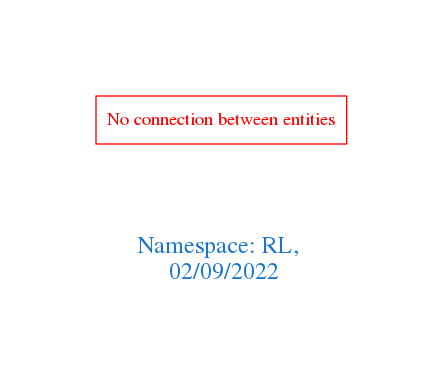
Before: downloads/RL.png, a diagram exported from Graphviz (arago/OGIT). Its source is kept beside it as downloads/RL.dot.
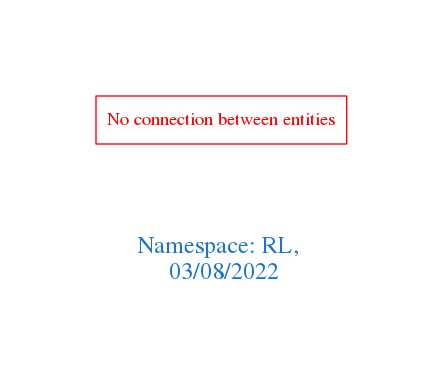
After the change.

The edit, as a diff of the source:
```diff
@@ -1,7 +1,7 @@
 digraph OGIT_ontology {
  graph [ rankdir= LR,pad=1
 fontsize = 18,
-fontcolor= dodgerblue3,label = "\n\n\nNamespace: RL, \n 02/09/2022"];
+fontcolor= dodgerblue3,label = "\n\n\nNamespace: RL, \n 03/08/2022"];
 node[shape=polygon];
 edge [  color="gray81"];
 
```
